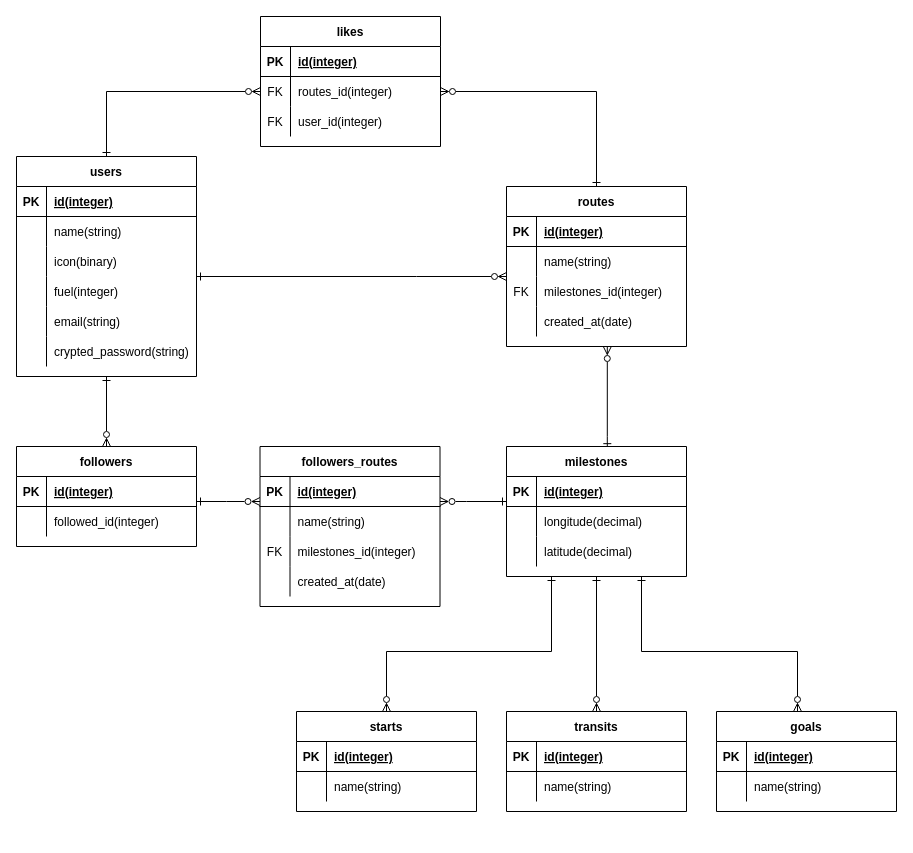
Above: shuffle_drive.drawio in yamasakikouhei28/shuffle_drive (draw.io), before the change. Source tidied: cells renumbered, new cells numbered last; positions are measured from the earlier drawing's top-left corner, leaving out a move shared by most shapes. Both pictures are drawn from the tidied source at 100%, with x=0, y=0 at pixel (16, 16).
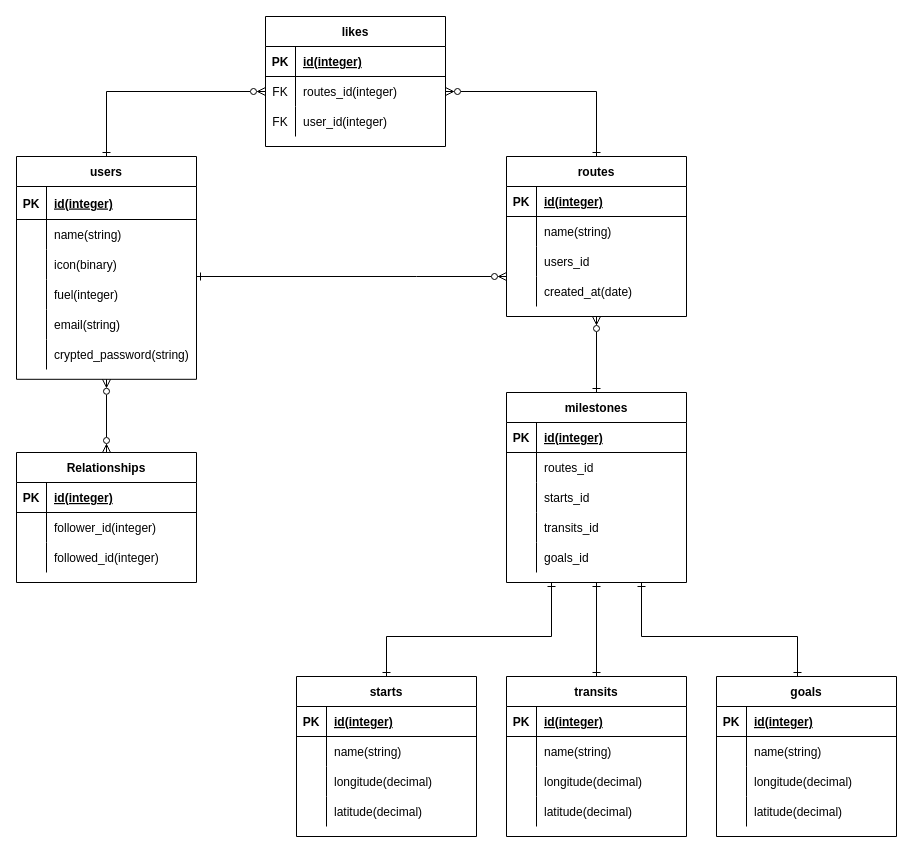
The same page after the edit.

Commit message:
shuffle_drive.drawio を更新します

Unchanged cells that the change refers to:
```xml
<mxCell id="35" style="shape=tableRow;horizontal=0;startSize=0;swimlaneHead=0;swimlaneBody=0;fillColor=none;top=0;left=0;right=0;bottom=0;" parent="28" vertex="1">
  <mxGeometry y="90" width="180" height="30" as="geometry" />
</mxCell>
<mxCell id="77" style="shape=tableRow;horizontal=0;startSize=0;swimlaneHead=0;swimlaneBody=0;fillColor=none;top=0;left=0;right=0;bottom=0;" parent="73" vertex="1">
  <mxGeometry y="60" width="180" height="30" as="geometry" />
</mxCell>
<mxCell id="87" style="shape=tableRow;horizontal=0;startSize=0;swimlaneHead=0;swimlaneBody=0;fillColor=none;top=0;left=0;right=0;bottom=0;" parent="83" vertex="1">
  <mxGeometry y="60" width="180" height="30" as="geometry" />
</mxCell>
```

The edit, as a diff of the source:
```diff
@@
-    <mxCell id="4" style="edgeStyle=orthogonalEdgeStyle;rounded=0;jettySize=auto;html=1;endArrow=ERzeroToMany;endFill=0;startArrow=ERone;startFill=0;" parent="1" edge="1" source="5" target="83">
+    <mxCell id="4" style="edgeStyle=orthogonalEdgeStyle;rounded=0;jettySize=auto;html=1;endArrow=ERzeroToMany;endFill=0;startArrow=ERzeroToMany;startFill=0;" parent="1" edge="1" source="5" target="83">
       <mxGeometry relative="1" as="geometry" />
     </mxCell>
     <mxCell id="5" value="users" style="shape=table;startSize=30;childLayout=tableLayout;rowLines=0;fontStyle=1;align=center;" parent="1" vertex="1">
-      <mxGeometry y="140" width="180" height="220" as="geometry" />
+      <mxGeometry y="140" width="180" height="222.8" as="geometry" />
     </mxCell>
     <mxCell id="6" style="shape=tableRow;horizontal=0;startSize=0;swimlaneHead=0;swimlaneBody=0;fillColor=none;top=0;left=0;right=0;bottom=1;" parent="5" vertex="1">
-      <mxGeometry y="30" width="180" height="30" as="geometry" />
+      <mxGeometry y="30" width="180" height="33" as="geometry" />
     </mxCell>
     <mxCell id="7" value="PK" style="shape=partialRectangle;fillColor=none;top=0;left=0;bottom=0;right=0;fontStyle=1;overflow=hidden;" parent="6" vertex="1">
-      <mxGeometry width="30" height="30" as="geometry" />
+      <mxGeometry width="30" height="33" as="geometry" />
     </mxCell>
     <mxCell id="8" value="id(integer)" style="shape=partialRectangle;fillColor=none;top=0;left=0;bottom=0;right=0;align=left;spacingLeft=6;fontStyle=5;overflow=hidden;" parent="6" vertex="1">
-      <mxGeometry x="30" width="150" height="30" as="geometry" />
+      <mxGeometry x="30" width="150" height="33" as="geometry" />
     </mxCell>
     <mxCell id="9" style="shape=tableRow;horizontal=0;startSize=0;swimlaneHead=0;swimlaneBody=0;fillColor=none;top=0;left=0;right=0;bottom=0;" parent="5" vertex="1">
-      <mxGeometry y="60" width="180" height="30" as="geometry" />
+      <mxGeometry y="63" width="180" height="30" as="geometry" />
     </mxCell>
@@
     <mxCell id="12" style="shape=tableRow;horizontal=0;startSize=0;swimlaneHead=0;swimlaneBody=0;fillColor=none;top=0;left=0;right=0;bottom=0;" parent="5" vertex="1">
-      <mxGeometry y="90" width="180" height="30" as="geometry" />
+      <mxGeometry y="93" width="180" height="30" as="geometry" />
     </mxCell>
@@
     <mxCell id="15" style="shape=tableRow;horizontal=0;startSize=0;swimlaneHead=0;swimlaneBody=0;fillColor=none;top=0;left=0;right=0;bottom=0;" parent="5" vertex="1">
-      <mxGeometry y="120" width="180" height="30" as="geometry" />
+      <mxGeometry y="123" width="180" height="30" as="geometry" />
     </mxCell>
@@
     <mxCell id="18" style="shape=tableRow;horizontal=0;startSize=0;swimlaneHead=0;swimlaneBody=0;fillColor=none;top=0;left=0;right=0;bottom=0;" parent="5" vertex="1">
-      <mxGeometry y="150" width="180" height="30" as="geometry" />
+      <mxGeometry y="153" width="180" height="30" as="geometry" />
     </mxCell>
@@
     <mxCell id="21" style="shape=tableRow;horizontal=0;startSize=0;swimlaneHead=0;swimlaneBody=0;fillColor=none;top=0;left=0;right=0;bottom=0;" parent="5" vertex="1">
-      <mxGeometry y="180" width="180" height="30" as="geometry" />
+      <mxGeometry y="183" width="180" height="30" as="geometry" />
     </mxCell>
@@
-    <mxCell id="24" style="edgeStyle=orthogonalEdgeStyle;rounded=0;jettySize=auto;html=1;endArrow=ERone;endFill=0;startArrow=ERzeroToMany;startFill=0;entryX=0.25;entryY=1;entryDx=0;entryDy=0;" parent="1" edge="1" source="41" target="73">
+    <mxCell id="24" style="edgeStyle=orthogonalEdgeStyle;rounded=0;jettySize=auto;html=1;endArrow=ERone;endFill=0;startArrow=ERone;startFill=0;entryX=0.25;entryY=1;entryDx=0;entryDy=0;" parent="1" edge="1" source="41" target="73">
       <mxGeometry relative="1" as="geometry">
         <Array as="points">
-          <mxPoint x="370" y="635" />
-          <mxPoint x="535" y="635" />
+          <mxPoint x="370" y="620" />
+          <mxPoint x="535" y="620" />
         </Array>
       </mxGeometry>
     </mxCell>
@@
-    <mxCell id="26" style="edgeStyle=orthogonalEdgeStyle;rounded=0;jettySize=auto;html=1;endArrow=ERone;endFill=0;startArrow=ERzeroToMany;startFill=0;entryX=0.56;entryY=0.009;entryDx=0;entryDy=0;entryPerimeter=0;" parent="1" edge="1" source="28" target="73">
-      <mxGeometry relative="1" as="geometry">
-        <Array as="points">
-          <mxPoint x="590" y="420" />
-        </Array>
-      </mxGeometry>
+    <mxCell id="26" style="edgeStyle=orthogonalEdgeStyle;rounded=0;jettySize=auto;html=1;endArrow=ERone;endFill=0;startArrow=ERzeroToMany;startFill=0;" parent="1" edge="1" source="28" target="73">
+      <mxGeometry relative="1" as="geometry" />
     </mxCell>
-    <mxCell id="27" style="edgeStyle=orthogonalEdgeStyle;rounded=0;jettySize=auto;html=1;startArrow=ERone;startFill=0;endArrow=ERzeroToMany;endFill=0;" parent="1" edge="1" source="83" target="91">
-      <mxGeometry relative="1" as="geometry">
-        <Array as="points">
-          <mxPoint x="210" y="485" />
-          <mxPoint x="210" y="485" />
-        </Array>
-      </mxGeometry>
-    </mxCell>
     <mxCell id="28" value="routes" style="shape=table;startSize=30;childLayout=tableLayout;rowLines=0;fontStyle=1;align=center;" parent="1" vertex="1">
-      <mxGeometry x="490" y="170" width="180" height="160" as="geometry" />
+      <mxGeometry x="490" y="140" width="180" height="160" as="geometry" />
     </mxCell>
@@
-    <mxCell id="36" value="FK" style="shape=partialRectangle;fillColor=none;top=0;left=0;bottom=0;right=0;overflow=hidden;" parent="35" vertex="1">
+    <mxCell id="36" style="shape=partialRectangle;fillColor=none;top=0;left=0;bottom=0;right=0;overflow=hidden;" parent="35" vertex="1">
       <mxGeometry width="30" height="30" as="geometry" />
     </mxCell>
-    <mxCell id="37" value="milestones_id(integer)" style="shape=partialRectangle;fillColor=none;top=0;left=0;bottom=0;right=0;align=left;spacingLeft=6;overflow=hidden;" parent="35" vertex="1">
+    <mxCell id="37" value="users_id" style="shape=partialRectangle;fillColor=none;top=0;left=0;bottom=0;right=0;align=left;spacingLeft=6;overflow=hidden;" parent="35" vertex="1">
       <mxGeometry x="30" width="150" height="30" as="geometry" />
     </mxCell>
@@
     <mxCell id="41" value="starts" style="shape=table;startSize=30;childLayout=tableLayout;rowLines=0;fontStyle=1;align=center;" parent="1" vertex="1">
-      <mxGeometry x="280" y="695" width="180" height="100" as="geometry" />
+      <mxGeometry x="280" y="660" width="180" height="160" as="geometry" />
     </mxCell>
@@
+    <mxCell id="105" style="shape=tableRow;horizontal=0;startSize=0;swimlaneHead=0;swimlaneBody=0;fillColor=none;top=0;left=0;right=0;bottom=0;" parent="41" vertex="1">
+      <mxGeometry y="90" width="180" height="30" as="geometry" />
+    </mxCell>
+    <mxCell id="106" style="shape=partialRectangle;fillColor=none;top=0;left=0;bottom=0;right=0;overflow=hidden;" parent="105" vertex="1">
+      <mxGeometry width="30" height="30" as="geometry" />
+    </mxCell>
+    <mxCell id="107" value="longitude(decimal)" style="shape=partialRectangle;fillColor=none;top=0;left=0;bottom=0;right=0;align=left;spacingLeft=6;overflow=hidden;" parent="105" vertex="1">
+      <mxGeometry x="30" width="150" height="30" as="geometry" />
+    </mxCell>
+    <mxCell id="108" style="shape=tableRow;horizontal=0;startSize=0;swimlaneHead=0;swimlaneBody=0;fillColor=none;top=0;left=0;right=0;bottom=0;" parent="41" vertex="1">
+      <mxGeometry y="120" width="180" height="30" as="geometry" />
+    </mxCell>
+    <mxCell id="109" style="shape=partialRectangle;fillColor=none;top=0;left=0;bottom=0;right=0;overflow=hidden;" parent="108" vertex="1">
+      <mxGeometry width="30" height="30" as="geometry" />
+    </mxCell>
+    <mxCell id="110" value="latitude(decimal)" style="shape=partialRectangle;fillColor=none;top=0;left=0;bottom=0;right=0;align=left;spacingLeft=6;overflow=hidden;" parent="108" vertex="1">
+      <mxGeometry x="30" width="150" height="30" as="geometry" />
+    </mxCell>
-    <mxCell id="48" style="edgeStyle=orthogonalEdgeStyle;rounded=0;jettySize=auto;html=1;startArrow=ERzeroToMany;startFill=0;endArrow=ERone;endFill=0;entryX=0.5;entryY=1;entryDx=0;entryDy=0;" parent="1" edge="1" source="49" target="73">
+    <mxCell id="48" style="edgeStyle=orthogonalEdgeStyle;rounded=0;jettySize=auto;html=1;startArrow=ERone;startFill=0;endArrow=ERone;endFill=0;entryX=0.5;entryY=1;entryDx=0;entryDy=0;" parent="1" edge="1" source="49" target="73">
       <mxGeometry relative="1" as="geometry" />
     </mxCell>
     <mxCell id="49" value="transits" style="shape=table;startSize=30;childLayout=tableLayout;rowLines=0;fontStyle=1;align=center;" parent="1" vertex="1">
-      <mxGeometry x="490" y="695" width="180" height="100" as="geometry" />
+      <mxGeometry x="490" y="660" width="180" height="160" as="geometry" />
     </mxCell>
@@
+    <mxCell id="111" style="shape=tableRow;horizontal=0;startSize=0;swimlaneHead=0;swimlaneBody=0;fillColor=none;top=0;left=0;right=0;bottom=0;" parent="49" vertex="1">
+      <mxGeometry y="90" width="180" height="30" as="geometry" />
+    </mxCell>
+    <mxCell id="112" style="shape=partialRectangle;fillColor=none;top=0;left=0;bottom=0;right=0;overflow=hidden;" parent="111" vertex="1">
+      <mxGeometry width="30" height="30" as="geometry" />
+    </mxCell>
+    <mxCell id="113" value="longitude(decimal)" style="shape=partialRectangle;fillColor=none;top=0;left=0;bottom=0;right=0;align=left;spacingLeft=6;overflow=hidden;" parent="111" vertex="1">
+      <mxGeometry x="30" width="150" height="30" as="geometry" />
+    </mxCell>
+    <mxCell id="114" style="shape=tableRow;horizontal=0;startSize=0;swimlaneHead=0;swimlaneBody=0;fillColor=none;top=0;left=0;right=0;bottom=0;" parent="49" vertex="1">
+      <mxGeometry y="120" width="180" height="30" as="geometry" />
+    </mxCell>
+    <mxCell id="115" style="shape=partialRectangle;fillColor=none;top=0;left=0;bottom=0;right=0;overflow=hidden;" parent="114" vertex="1">
+      <mxGeometry width="30" height="30" as="geometry" />
+    </mxCell>
+    <mxCell id="116" value="latitude(decimal)" style="shape=partialRectangle;fillColor=none;top=0;left=0;bottom=0;right=0;align=left;spacingLeft=6;overflow=hidden;" parent="114" vertex="1">
+      <mxGeometry x="30" width="150" height="30" as="geometry" />
+    </mxCell>
     <mxCell id="56" value="goals" style="shape=table;startSize=30;childLayout=tableLayout;rowLines=0;fontStyle=1;align=center;" parent="1" vertex="1">
-      <mxGeometry x="700" y="695" width="180" height="100" as="geometry" />
+      <mxGeometry x="700" y="660" width="180" height="160" as="geometry" />
     </mxCell>
@@
+    <mxCell id="117" style="shape=tableRow;horizontal=0;startSize=0;swimlaneHead=0;swimlaneBody=0;fillColor=none;top=0;left=0;right=0;bottom=0;" parent="56" vertex="1">
+      <mxGeometry y="90" width="180" height="30" as="geometry" />
+    </mxCell>
+    <mxCell id="118" style="shape=partialRectangle;fillColor=none;top=0;left=0;bottom=0;right=0;overflow=hidden;" parent="117" vertex="1">
+      <mxGeometry width="30" height="30" as="geometry" />
+    </mxCell>
+    <mxCell id="119" value="longitude(decimal)" style="shape=partialRectangle;fillColor=none;top=0;left=0;bottom=0;right=0;align=left;spacingLeft=6;overflow=hidden;" parent="117" vertex="1">
+      <mxGeometry x="30" width="150" height="30" as="geometry" />
+    </mxCell>
+    <mxCell id="120" style="shape=tableRow;horizontal=0;startSize=0;swimlaneHead=0;swimlaneBody=0;fillColor=none;top=0;left=0;right=0;bottom=0;" parent="56" vertex="1">
+      <mxGeometry y="120" width="180" height="30" as="geometry" />
+    </mxCell>
+    <mxCell id="121" style="shape=partialRectangle;fillColor=none;top=0;left=0;bottom=0;right=0;overflow=hidden;" parent="120" vertex="1">
+      <mxGeometry width="30" height="30" as="geometry" />
+    </mxCell>
+    <mxCell id="122" value="latitude(decimal)" style="shape=partialRectangle;fillColor=none;top=0;left=0;bottom=0;right=0;align=left;spacingLeft=6;overflow=hidden;" parent="120" vertex="1">
+      <mxGeometry x="30" width="150" height="30" as="geometry" />
+    </mxCell>
     <mxCell id="63" value="likes" style="shape=table;startSize=30;childLayout=tableLayout;rowLines=0;fontStyle=1;align=center;" parent="1" vertex="1">
-      <mxGeometry x="244" width="180" height="130" as="geometry" />
+      <mxGeometry x="249" width="180" height="130" as="geometry" />
     </mxCell>
@@
     <mxCell id="73" value="milestones" style="shape=table;startSize=30;childLayout=tableLayout;rowLines=0;fontStyle=1;align=center;" parent="1" vertex="1">
-      <mxGeometry x="490" y="430" width="180" height="130" as="geometry" />
+      <mxGeometry x="490" y="376" width="180" height="190" as="geometry" />
     </mxCell>
@@
-    <mxCell id="79" value="longitude(decimal)" style="shape=partialRectangle;fillColor=none;top=0;left=0;bottom=0;right=0;align=left;spacingLeft=6;overflow=hidden;" parent="77" vertex="1">
+    <mxCell id="79" value="routes_id" style="shape=partialRectangle;fillColor=none;top=0;left=0;bottom=0;right=0;align=left;spacingLeft=6;overflow=hidden;" parent="77" vertex="1">
       <mxGeometry x="30" width="150" height="30" as="geometry" />
     </mxCell>
+    <mxCell id="123" style="shape=tableRow;horizontal=0;startSize=0;swimlaneHead=0;swimlaneBody=0;fillColor=none;top=0;left=0;right=0;bottom=0;" parent="73" vertex="1">
+      <mxGeometry y="90" width="180" height="30" as="geometry" />
+    </mxCell>
+    <mxCell id="124" style="shape=partialRectangle;fillColor=none;top=0;left=0;bottom=0;right=0;overflow=hidden;" parent="123" vertex="1">
+      <mxGeometry width="30" height="30" as="geometry" />
+    </mxCell>
+    <mxCell id="125" value="starts_id" style="shape=partialRectangle;fillColor=none;top=0;left=0;bottom=0;right=0;align=left;spacingLeft=6;overflow=hidden;" parent="123" vertex="1">
+      <mxGeometry x="30" width="150" height="30" as="geometry" />
+    </mxCell>
+    <mxCell id="126" style="shape=tableRow;horizontal=0;startSize=0;swimlaneHead=0;swimlaneBody=0;fillColor=none;top=0;left=0;right=0;bottom=0;" parent="73" vertex="1">
+      <mxGeometry y="120" width="180" height="30" as="geometry" />
+    </mxCell>
+    <mxCell id="127" style="shape=partialRectangle;fillColor=none;top=0;left=0;bottom=0;right=0;overflow=hidden;" parent="126" vertex="1">
+      <mxGeometry width="30" height="30" as="geometry" />
+    </mxCell>
+    <mxCell id="128" value="transits_id" style="shape=partialRectangle;fillColor=none;top=0;left=0;bottom=0;right=0;align=left;spacingLeft=6;overflow=hidden;" parent="126" vertex="1">
+      <mxGeometry x="30" width="150" height="30" as="geometry" />
+    </mxCell>
     <mxCell id="80" style="shape=tableRow;horizontal=0;startSize=0;swimlaneHead=0;swimlaneBody=0;fillColor=none;top=0;left=0;right=0;bottom=0;" parent="73" vertex="1">
-      <mxGeometry y="90" width="180" height="30" as="geometry" />
+      <mxGeometry y="150" width="180" height="30" as="geometry" />
     </mxCell>
@@
-    <mxCell id="82" value="latitude(decimal)" style="shape=partialRectangle;fillColor=none;top=0;left=0;bottom=0;right=0;align=left;spacingLeft=6;overflow=hidden;" parent="80" vertex="1">
+    <mxCell id="82" value="goals_id" style="shape=partialRectangle;fillColor=none;top=0;left=0;bottom=0;right=0;align=left;spacingLeft=6;overflow=hidden;" parent="80" vertex="1">
       <mxGeometry x="30" width="150" height="30" as="geometry" />
     </mxCell>
-    <mxCell id="83" value="followers" style="shape=table;startSize=30;childLayout=tableLayout;rowLines=0;fontStyle=1;align=center;" parent="1" vertex="1">
-      <mxGeometry y="430" width="180" height="100" as="geometry" />
+    <mxCell id="83" value="Relationships" style="shape=table;startSize=30;childLayout=tableLayout;rowLines=0;fontStyle=1;align=center;" parent="1" vertex="1">
+      <mxGeometry y="436" width="180" height="130" as="geometry" />
     </mxCell>
@@
-    <mxCell id="89" value="followed_id(integer)" style="shape=partialRectangle;fillColor=none;top=0;left=0;bottom=0;right=0;align=left;spacingLeft=6;overflow=hidden;" parent="87" vertex="1">
+    <mxCell id="89" value="follower_id(integer)" style="shape=partialRectangle;fillColor=none;top=0;left=0;bottom=0;right=0;align=left;spacingLeft=6;overflow=hidden;" parent="87" vertex="1">
       <mxGeometry x="30" width="150" height="30" as="geometry" />
     </mxCell>
-    <mxCell id="90" style="edgeStyle=orthogonalEdgeStyle;rounded=0;jettySize=auto;html=1;startArrow=ERzeroToMany;startFill=0;endArrow=ERone;endFill=0;" parent="1" edge="1" source="91" target="73">
-      <mxGeometry relative="1" as="geometry">
-        <Array as="points">
-          <mxPoint x="450" y="485" />
-          <mxPoint x="450" y="485" />
-        </Array>
-      </mxGeometry>
-    </mxCell>
-    <mxCell id="91" value="followers_routes" style="shape=table;startSize=30;childLayout=tableLayout;rowLines=0;fontStyle=1;align=center;" parent="1" vertex="1">
-      <mxGeometry x="243.5" y="430" width="180" height="160" as="geometry" />
-    </mxCell>
-    <mxCell id="92" style="shape=tableRow;horizontal=0;startSize=0;swimlaneHead=0;swimlaneBody=0;fillColor=none;top=0;left=0;right=0;bottom=1;" parent="91" vertex="1">
-      <mxGeometry y="30" width="180" height="30" as="geometry" />
-    </mxCell>
-    <mxCell id="93" value="PK" style="shape=partialRectangle;fillColor=none;top=0;left=0;bottom=0;right=0;fontStyle=1;overflow=hidden;" parent="92" vertex="1">
-      <mxGeometry width="30" height="30" as="geometry" />
-    </mxCell>
-    <mxCell id="94" value="id(integer)" style="shape=partialRectangle;fillColor=none;top=0;left=0;bottom=0;right=0;align=left;spacingLeft=6;fontStyle=5;overflow=hidden;" parent="92" vertex="1">
-      <mxGeometry x="30" width="150" height="30" as="geometry" />
-    </mxCell>
-    <mxCell id="95" style="shape=tableRow;horizontal=0;startSize=0;swimlaneHead=0;swimlaneBody=0;fillColor=none;top=0;left=0;right=0;bottom=0;" parent="91" vertex="1">
-      <mxGeometry y="60" width="180" height="30" as="geometry" />
-    </mxCell>
-    <mxCell id="96" style="shape=partialRectangle;fillColor=none;top=0;left=0;bottom=0;right=0;overflow=hidden;" parent="95" vertex="1">
-      <mxGeometry width="30" height="30" as="geometry" />
-    </mxCell>
-    <mxCell id="97" value="name(string)" style="shape=partialRectangle;fillColor=none;top=0;left=0;bottom=0;right=0;align=left;spacingLeft=6;overflow=hidden;" parent="95" vertex="1">
-      <mxGeometry x="30" width="150" height="30" as="geometry" />
-    </mxCell>
-    <mxCell id="98" style="shape=tableRow;horizontal=0;startSize=0;swimlaneHead=0;swimlaneBody=0;fillColor=none;top=0;left=0;right=0;bottom=0;" parent="91" vertex="1">
-      <mxGeometry y="90" width="180" height="30" as="geometry" />
-    </mxCell>
-    <mxCell id="99" value="FK" style="shape=partialRectangle;fillColor=none;top=0;left=0;bottom=0;right=0;overflow=hidden;" parent="98" vertex="1">
-      <mxGeometry width="30" height="30" as="geometry" />
-    </mxCell>
-    <mxCell id="100" value="milestones_id(integer)" style="shape=partialRectangle;fillColor=none;top=0;left=0;bottom=0;right=0;align=left;spacingLeft=6;overflow=hidden;" parent="98" vertex="1">
-      <mxGeometry x="30" width="150" height="30" as="geometry" />
-    </mxCell>
-    <mxCell id="101" style="shape=tableRow;horizontal=0;startSize=0;swimlaneHead=0;swimlaneBody=0;fillColor=none;top=0;left=0;right=0;bottom=0;" parent="91" vertex="1">
-      <mxGeometry y="120" width="180" height="30" as="geometry" />
-    </mxCell>
-    <mxCell id="102" style="shape=partialRectangle;fillColor=none;top=0;left=0;bottom=0;right=0;overflow=hidden;" parent="101" vertex="1">
-      <mxGeometry width="30" height="30" as="geometry" />
-    </mxCell>
-    <mxCell id="103" value="created_at(date)" style="shape=partialRectangle;fillColor=none;top=0;left=0;bottom=0;right=0;align=left;spacingLeft=6;overflow=hidden;" parent="101" vertex="1">
-      <mxGeometry x="30" width="150" height="30" as="geometry" />
-    </mxCell>
+    <mxCell id="129" style="shape=tableRow;horizontal=0;startSize=0;swimlaneHead=0;swimlaneBody=0;fillColor=none;top=0;left=0;right=0;bottom=0;" parent="83" vertex="1">
+      <mxGeometry y="90" width="180" height="30" as="geometry" />
+    </mxCell>
+    <mxCell id="130" style="shape=partialRectangle;fillColor=none;top=0;left=0;bottom=0;right=0;overflow=hidden;" parent="129" vertex="1">
+      <mxGeometry width="30" height="30" as="geometry" />
+    </mxCell>
+    <mxCell id="131" value="followed_id(integer)" style="shape=partialRectangle;fillColor=none;top=0;left=0;bottom=0;right=0;align=left;spacingLeft=6;overflow=hidden;" parent="129" vertex="1">
+      <mxGeometry x="30" width="150" height="30" as="geometry" />
+    </mxCell>
-    <mxCell id="104" style="edgeStyle=orthogonalEdgeStyle;rounded=0;jettySize=auto;html=1;endArrow=ERone;endFill=0;startArrow=ERzeroToMany;startFill=0;entryX=0.75;entryY=1;entryDx=0;entryDy=0;" parent="1" edge="1" source="56" target="73">
+    <mxCell id="104" style="edgeStyle=orthogonalEdgeStyle;rounded=0;jettySize=auto;html=1;endArrow=ERone;endFill=0;startArrow=ERone;startFill=0;entryX=0.75;entryY=1;entryDx=0;entryDy=0;" parent="1" edge="1" source="56" target="73">
       <mxGeometry relative="1" as="geometry">
         <Array as="points">
-          <mxPoint x="781" y="635" />
-          <mxPoint x="625" y="635" />
+          <mxPoint x="781" y="620" />
+          <mxPoint x="625" y="620" />
         </Array>
       </mxGeometry>
     </mxCell>
```
